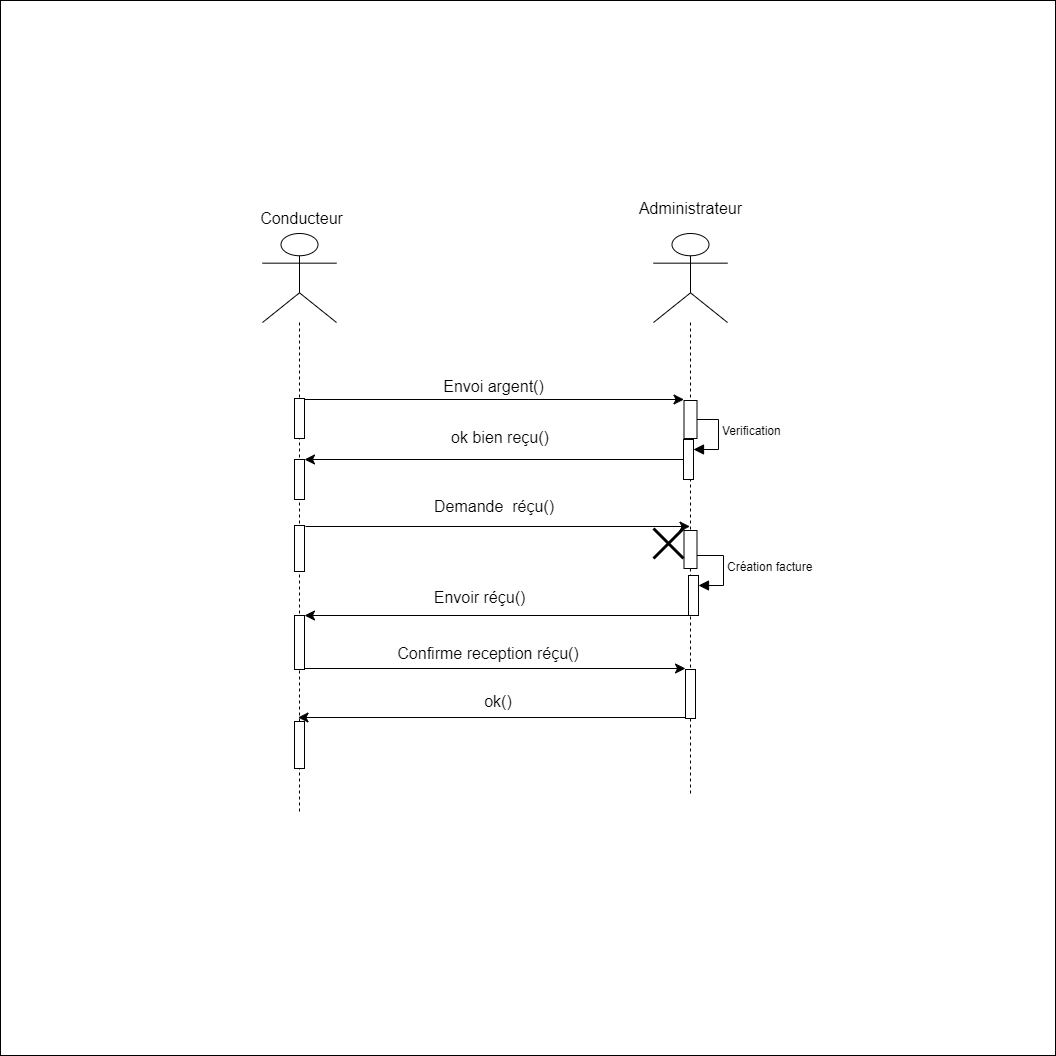
The draw.io diagram src/assets/document/Conception/UML/sequence diagramme.png in IMANA47/Flowatch, before a commit. Source tidied: cells renumbered, new cells last; positions are measured from the earlier drawing's top-left corner, leaving out a move shared by most shapes.
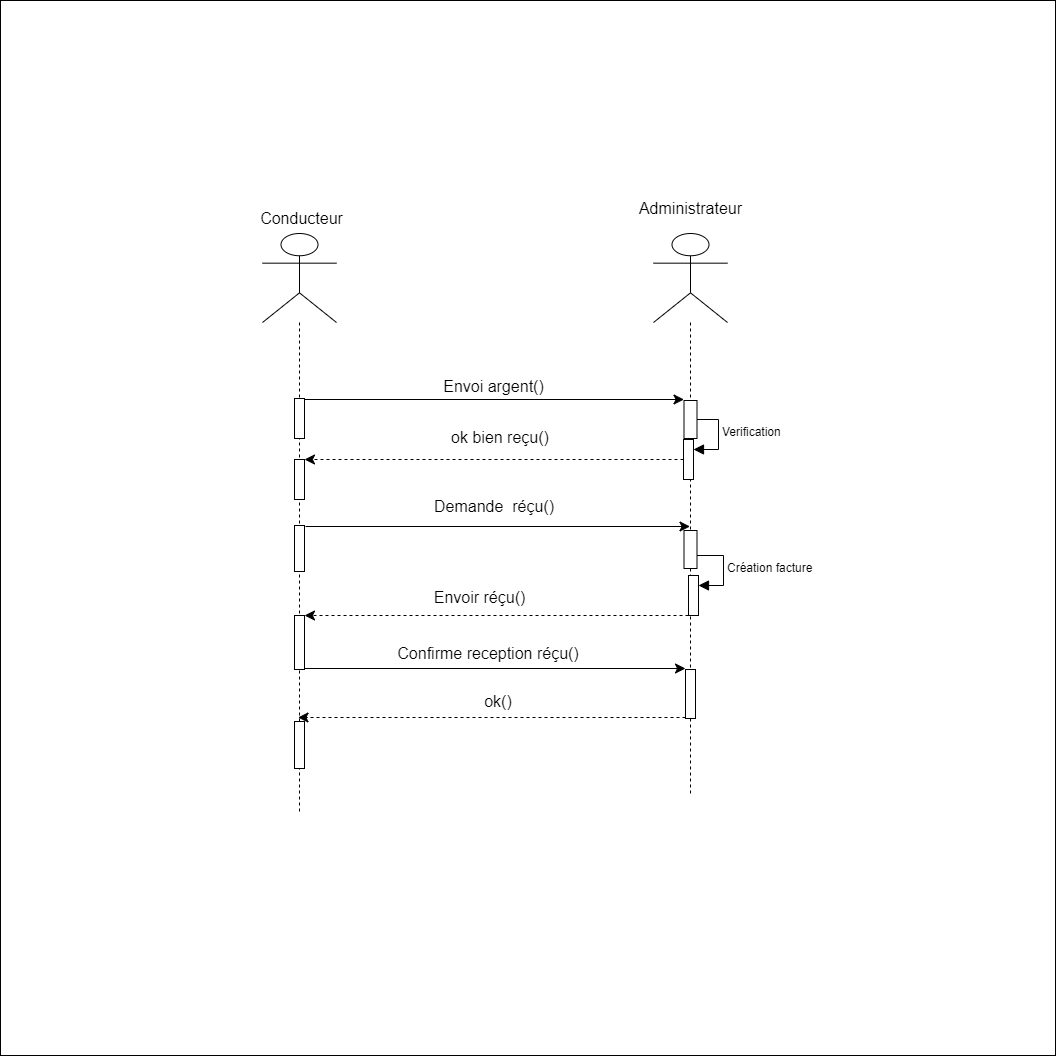
The same file after the commit.

What changed in the source:
```diff
@@ -71,7 +71,7 @@
     <mxCell id="19" style="html=1;points=[[0,0,0,0,5],[0,1,0,0,-5],[1,0,0,0,5],[1,1,0,0,-5]];perimeter=orthogonalPerimeter;outlineConnect=0;targetShapes=umlLifeline;portConstraint=eastwest;newEdgeStyle={&quot;curved&quot;:0,&quot;rounded&quot;:0};" parent="1" vertex="1">
       <mxGeometry x="683.5" y="400" width="13" height="38" as="geometry" />
     </mxCell>
-    <mxCell id="20" style="edgeStyle=none;curved=0;rounded=0;jettySize=auto;html=1;fontSize=12;startSize=8;endSize=8;" parent="1" edge="1" source="10" target="4">
+    <mxCell id="20" style="edgeStyle=none;curved=0;rounded=0;jettySize=auto;html=1;fontSize=12;startSize=8;endSize=8;dashed=1;" parent="1" edge="1" source="10" target="4">
       <mxGeometry relative="1" as="geometry" />
     </mxCell>
     <mxCell id="21" value="ok bien reçu()" style="text;strokeColor=none;fillColor=none;html=1;align=center;verticalAlign=middle;whiteSpace=wrap;rounded=0;fontSize=16;" parent="1" vertex="1">
@@ -86,7 +86,7 @@
     <mxCell id="23" value="Demande&amp;nbsp; réçu()" style="text;strokeColor=none;fillColor=none;html=1;align=center;verticalAlign=middle;whiteSpace=wrap;rounded=0;fontSize=16;" parent="1" vertex="1">
       <mxGeometry x="423.5" y="491" width="140" height="30" as="geometry" />
     </mxCell>
-    <mxCell id="24" style="edgeStyle=none;curved=0;rounded=0;jettySize=auto;html=1;fontSize=12;startSize=8;endSize=8;" parent="1" edge="1" source="12" target="5">
+    <mxCell id="24" style="edgeStyle=none;curved=0;rounded=0;jettySize=auto;html=1;fontSize=12;startSize=8;endSize=8;dashed=1;" parent="1" edge="1" source="12" target="5">
       <mxGeometry relative="1" as="geometry" />
     </mxCell>
     <mxCell id="25" value="Envoir réçu()" style="text;strokeColor=none;fillColor=none;html=1;align=center;verticalAlign=middle;whiteSpace=wrap;rounded=0;fontSize=16;" parent="1" vertex="1">
@@ -101,7 +101,7 @@
     <mxCell id="27" value="Confirme reception réçu()" style="text;strokeColor=none;fillColor=none;html=1;align=center;verticalAlign=middle;whiteSpace=wrap;rounded=0;fontSize=16;" parent="1" vertex="1">
       <mxGeometry x="391" y="638" width="194" height="30" as="geometry" />
     </mxCell>
-    <mxCell id="28" style="edgeStyle=none;curved=0;rounded=0;orthogonalLoop=1;jettySize=auto;html=1;fontSize=12;startSize=8;endSize=8;" parent="1" edge="1">
+    <mxCell id="28" style="edgeStyle=none;curved=0;rounded=0;orthogonalLoop=1;jettySize=auto;html=1;fontSize=12;startSize=8;endSize=8;dashed=1;" parent="1" edge="1">
       <mxGeometry relative="1" as="geometry">
         <mxPoint x="685" y="717" as="sourcePoint" />
         <mxPoint x="297.5" y="717" as="targetPoint" />
@@ -116,8 +116,5 @@
     <mxCell id="31" value="Administrateur" style="text;strokeColor=none;fillColor=none;html=1;align=center;verticalAlign=middle;whiteSpace=wrap;rounded=0;fontSize=16;" parent="1" vertex="1">
       <mxGeometry x="634.5" y="193" width="111" height="30" as="geometry" />
     </mxCell>
-    <mxCell id="32" style="shape=umlDestroy;whiteSpace=wrap;html=1;strokeWidth=3;targetShapes=umlLifeline;" parent="1" vertex="1">
-      <mxGeometry x="653" y="528" width="30" height="30" as="geometry" />
-    </mxCell>
   </root>
 </mxGraphModel>
```
